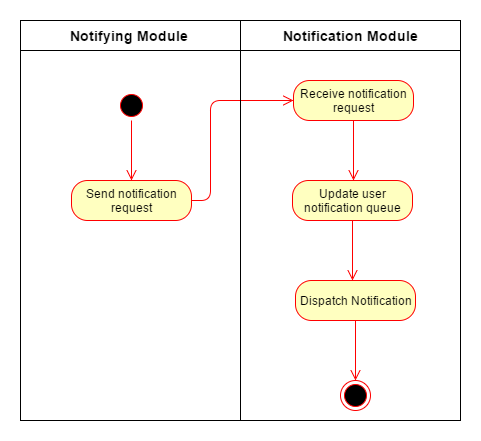
The draw.io diagram notification/img/activityDiagram.png in Rob0girl/Team-Scala, before a commit. Source tidied: cells renumbered, new cells last; positions are measured from the earlier drawing's top-left corner, leaving out a move shared by most shapes.
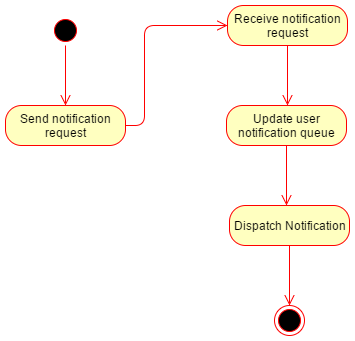
Above is the later version.

Commit message:
Updated Activity diagram

Change to the diagram source:
```diff
@@ -2,9 +2,6 @@
   <root>
     <mxCell id="0" />
     <mxCell id="1" parent="0" />
-    <mxCell id="2" style="whiteSpace=wrap;html=1;fillColor=none;gradientColor=none;fontSize=12;fontColor=#000000;" parent="1" vertex="1">
-      <mxGeometry width="220" height="400" as="geometry" />
-    </mxCell>
     <mxCell id="3" style="ellipse;html=1;shape=startState;fillColor=#000000;strokeColor=#ff0000;fontSize=12;fontColor=#000000;" parent="1" vertex="1">
       <mxGeometry x="96" y="70" width="30" height="30" as="geometry" />
     </mxCell>
@@ -24,15 +21,6 @@
         </Array>
       </mxGeometry>
     </mxCell>
-    <mxCell id="7" style="whiteSpace=wrap;html=1;fillColor=none;gradientColor=none;fontSize=12;fontColor=#000000;" parent="1" vertex="1">
-      <mxGeometry x="220" width="220" height="400" as="geometry" />
-    </mxCell>
-    <mxCell id="8" value="&lt;font style=&quot;font-size: 14px&quot;&gt;&lt;b&gt;Notifying Module&lt;/b&gt;&lt;/font&gt;" style="text;html=1;align=left;verticalAlign=top;spacingTop=-4;fontSize=12;fontColor=#000000;" parent="1" vertex="1">
-      <mxGeometry x="48" y="5" width="130" height="20" as="geometry" />
-    </mxCell>
-    <mxCell id="9" value="&lt;font style=&quot;font-size: 14px&quot;&gt;&lt;b&gt;Notification Module&lt;/b&gt;&lt;/font&gt;" style="text;html=1;align=left;verticalAlign=top;spacingTop=-4;fontSize=12;fontColor=#000000;" parent="1" vertex="1">
-      <mxGeometry x="261" y="5" width="150" height="20" as="geometry" />
-    </mxCell>
     <mxCell id="10" value="Receive notification request" style="rounded=1;whiteSpace=wrap;html=1;arcSize=40;fillColor=#ffffc0;strokeColor=#ff0000;fontSize=12;fontColor=#000000;" parent="1" vertex="1">
       <mxGeometry x="273" y="60" width="120" height="40" as="geometry" />
     </mxCell>
@@ -60,8 +48,5 @@
     <mxCell id="16" style="ellipse;html=1;shape=endState;fillColor=#000000;strokeColor=#ff0000;fontSize=12;fontColor=#000000;" parent="1" vertex="1">
       <mxGeometry x="320" y="360" width="30" height="30" as="geometry" />
     </mxCell>
-    <mxCell id="17" style="whiteSpace=wrap;html=1;fillColor=none;gradientColor=none;fontSize=12;fontColor=#000000;" parent="1" vertex="1">
-      <mxGeometry width="440" height="30" as="geometry" />
-    </mxCell>
   </root>
 </mxGraphModel>
```
